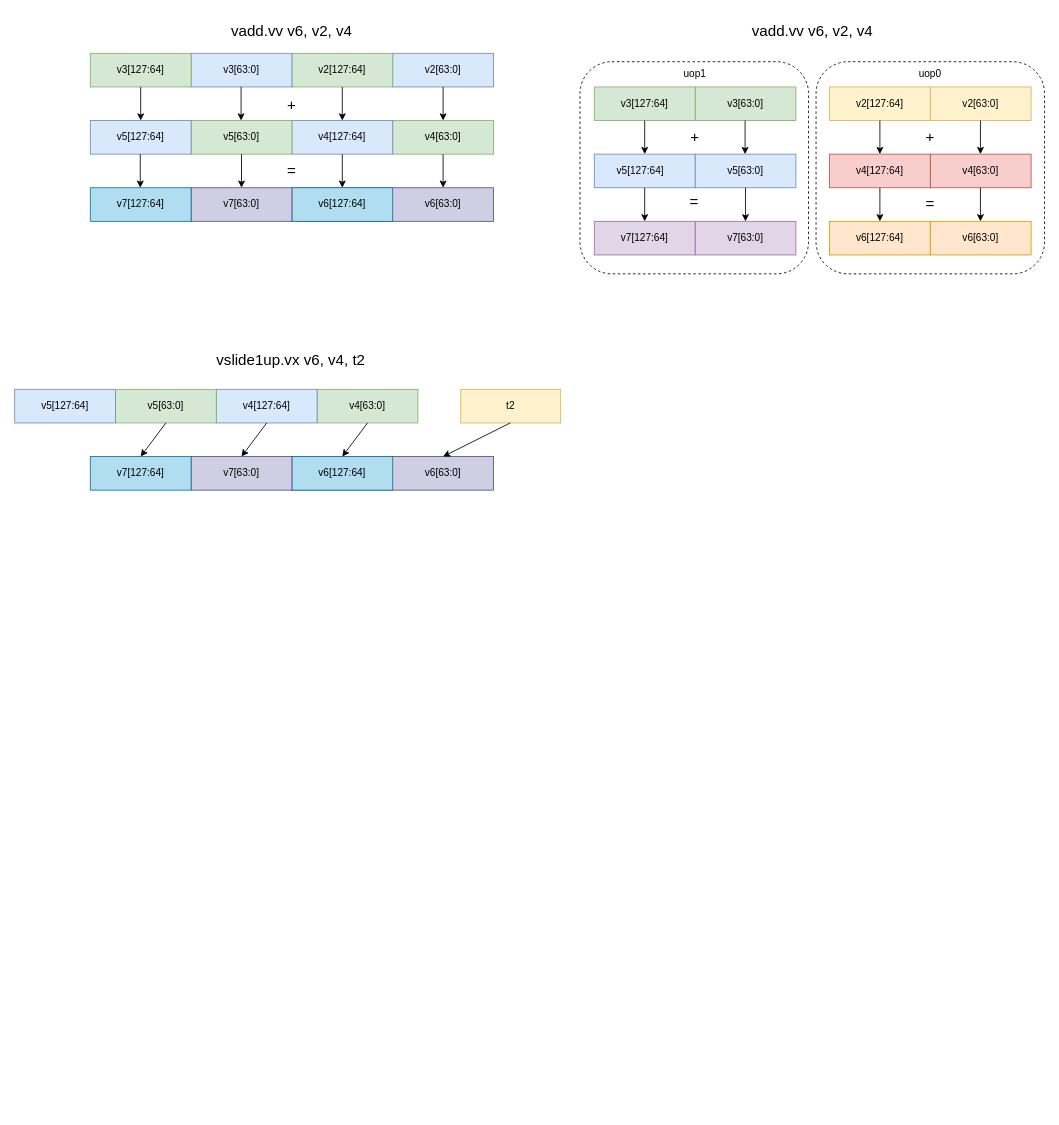
Ziyue-Zhang/draw_picture keeps this draw.io diagram as vector1.drawio. Above is the earlier version. Source tidied: cells renumbered, new cells numbered last; positions are measured from the earlier drawing's top-left corner, leaving out a move shared by most shapes. Both pictures are drawn from the tidied source at 84%, with x=0, y=0 at pixel (14, 18).
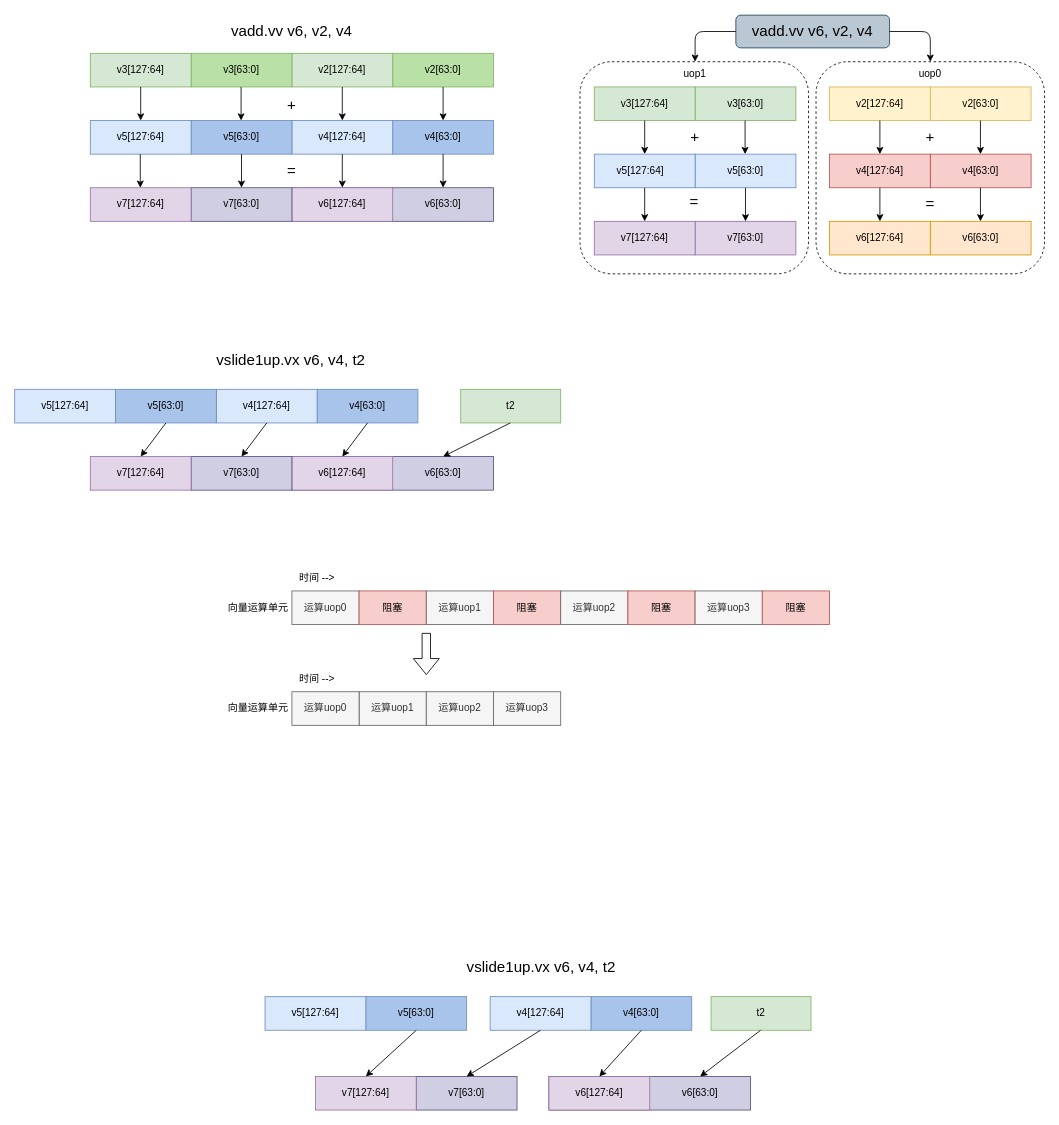
After the change.

The change refers to these unchanged cells:
```xml
<mxCell id="94" value="uop1" style="text;html=1;strokeColor=none;fillColor=none;align=center;verticalAlign=middle;whiteSpace=wrap;rounded=0;" parent="1" vertex="1">
  <mxGeometry x="780" y="51" width="60" height="30" as="geometry" />
</mxCell>
<mxCell id="95" value="uop0" style="text;html=1;strokeColor=none;fillColor=none;align=center;verticalAlign=middle;whiteSpace=wrap;rounded=0;" parent="1" vertex="1">
  <mxGeometry x="1060" y="51" width="60" height="30" as="geometry" />
</mxCell>
```

Diff of the diagram source:
```diff
@@
+    <mxCell id="100" style="rounded=1;whiteSpace=wrap;html=1;fillColor=#bac8d3;strokeColor=#23445d;" parent="1" vertex="1">
+      <mxGeometry x="858.5" y="-4.5" width="183" height="39" as="geometry" />
+    </mxCell>
@@
-    <mxCell id="4" style="rounded=0;whiteSpace=wrap;html=1;fillColor=#dae8fc;strokeColor=#6c8ebf;" parent="1" vertex="1">
+    <mxCell id="4" style="rounded=0;whiteSpace=wrap;html=1;fillColor=#B9E0A5;strokeColor=#82b366;" parent="1" vertex="1">
       <mxGeometry x="450" y="41" width="120" height="40" as="geometry" />
     </mxCell>
@@
-    <mxCell id="6" style="rounded=0;whiteSpace=wrap;html=1;fillColor=#dae8fc;strokeColor=#6c8ebf;" parent="1" vertex="1">
+    <mxCell id="6" style="rounded=0;whiteSpace=wrap;html=1;fillColor=#B9E0A5;strokeColor=#82b366;" parent="1" vertex="1">
       <mxGeometry x="210" y="41" width="120" height="40" as="geometry" />
     </mxCell>
@@
-    <mxCell id="12" style="rounded=0;whiteSpace=wrap;html=1;fillColor=#d5e8d4;strokeColor=#82b366;" parent="1" vertex="1">
+    <mxCell id="12" style="rounded=0;whiteSpace=wrap;html=1;fillColor=#A9C4EB;strokeColor=#6c8ebf;" parent="1" vertex="1">
       <mxGeometry x="450" y="121" width="120" height="40" as="geometry" />
     </mxCell>
@@
-    <mxCell id="14" style="rounded=0;whiteSpace=wrap;html=1;fillColor=#d5e8d4;strokeColor=#82b366;" parent="1" vertex="1">
+    <mxCell id="14" style="rounded=0;whiteSpace=wrap;html=1;fillColor=#A9C4EB;strokeColor=#6c8ebf;" parent="1" vertex="1">
       <mxGeometry x="210" y="121" width="120" height="40" as="geometry" />
     </mxCell>
@@
-    <mxCell id="21" style="rounded=0;whiteSpace=wrap;html=1;fillColor=#b1ddf0;strokeColor=#10739e;" parent="1" vertex="1">
+    <mxCell id="21" style="rounded=0;whiteSpace=wrap;html=1;fillColor=#e1d5e7;strokeColor=#9673a6;" parent="1" vertex="1">
       <mxGeometry x="330" y="201" width="120" height="40" as="geometry" />
     </mxCell>
@@
-    <mxCell id="23" style="rounded=0;whiteSpace=wrap;html=1;fillColor=#b1ddf0;strokeColor=#10739e;" parent="1" vertex="1">
+    <mxCell id="23" style="rounded=0;whiteSpace=wrap;html=1;fillColor=#e1d5e7;strokeColor=#9673a6;" parent="1" vertex="1">
       <mxGeometry x="90" y="201" width="120" height="40" as="geometry" />
     </mxCell>
@@
-    <mxCell id="39" style="rounded=0;whiteSpace=wrap;html=1;fillColor=#d5e8d4;strokeColor=#82b366;" parent="1" vertex="1">
+    <mxCell id="39" style="rounded=0;whiteSpace=wrap;html=1;fillColor=#A9C4EB;strokeColor=#6c8ebf;" parent="1" vertex="1">
       <mxGeometry x="360" y="441" width="120" height="40" as="geometry" />
     </mxCell>
@@
-    <mxCell id="41" style="rounded=0;whiteSpace=wrap;html=1;fillColor=#d5e8d4;strokeColor=#82b366;" parent="1" vertex="1">
+    <mxCell id="41" style="rounded=0;whiteSpace=wrap;html=1;fillColor=#A9C4EB;strokeColor=#6c8ebf;" parent="1" vertex="1">
       <mxGeometry x="120" y="441" width="120" height="40" as="geometry" />
     </mxCell>
@@
-    <mxCell id="48" style="rounded=0;whiteSpace=wrap;html=1;fillColor=#b1ddf0;strokeColor=#10739e;" parent="1" vertex="1">
+    <mxCell id="48" style="rounded=0;whiteSpace=wrap;html=1;fillColor=#e1d5e7;strokeColor=#9673a6;" parent="1" vertex="1">
       <mxGeometry x="330" y="521" width="120" height="40" as="geometry" />
     </mxCell>
@@
-    <mxCell id="50" style="rounded=0;whiteSpace=wrap;html=1;fillColor=#b1ddf0;strokeColor=#10739e;" parent="1" vertex="1">
+    <mxCell id="50" style="rounded=0;whiteSpace=wrap;html=1;fillColor=#e1d5e7;strokeColor=#9673a6;" parent="1" vertex="1">
       <mxGeometry x="90" y="521" width="120" height="40" as="geometry" />
     </mxCell>
@@
-    <mxCell id="59" value="t2" style="rounded=0;whiteSpace=wrap;html=1;fillColor=#fff2cc;strokeColor=#d6b656;" parent="1" vertex="1">
+    <mxCell id="59" value="t2" style="rounded=0;whiteSpace=wrap;html=1;fillColor=#d5e8d4;strokeColor=#82b366;" parent="1" vertex="1">
       <mxGeometry x="531" y="441" width="119" height="40" as="geometry" />
     </mxCell>
@@
+    <mxCell id="101" style="endArrow=classic;html=1;rounded=1;exitX=0;exitY=0.5;exitDx=0;exitDy=0;entryX=0.5;entryY=0;entryDx=0;entryDy=0;" parent="1" edge="1" source="100" target="94">
+      <mxGeometry relative="1" as="geometry">
+        <Array as="points">
+          <mxPoint x="810" y="15" />
+        </Array>
+      </mxGeometry>
+    </mxCell>
+    <mxCell id="102" style="endArrow=classic;html=1;rounded=1;exitX=1;exitY=0.5;exitDx=0;exitDy=0;entryX=0.5;entryY=0;entryDx=0;entryDy=0;" parent="1" edge="1" source="100" target="95">
+      <mxGeometry relative="1" as="geometry">
+        <Array as="points">
+          <mxPoint x="1090" y="15" />
+        </Array>
+      </mxGeometry>
+    </mxCell>
+    <mxCell id="103" value="运算uop0" style="rounded=0;whiteSpace=wrap;html=1;fillColor=#f5f5f5;fontColor=#333333;strokeColor=#666666;" parent="1" vertex="1">
+      <mxGeometry x="330" y="681" width="80" height="40" as="geometry" />
+    </mxCell>
+    <mxCell id="104" value="时间 --&amp;gt;" style="text;html=1;strokeColor=none;fillColor=none;align=center;verticalAlign=middle;whiteSpace=wrap;rounded=0;" parent="1" vertex="1">
+      <mxGeometry x="330" y="651" width="60" height="30" as="geometry" />
+    </mxCell>
+    <mxCell id="105" value="向量运算单元" style="text;html=1;strokeColor=none;fillColor=none;align=center;verticalAlign=middle;whiteSpace=wrap;rounded=0;" parent="1" vertex="1">
+      <mxGeometry x="250" y="686" width="80" height="30" as="geometry" />
+    </mxCell>
+    <mxCell id="106" value="阻塞" style="rounded=0;whiteSpace=wrap;html=1;fillColor=#f8cecc;strokeColor=#b85450;" parent="1" vertex="1">
+      <mxGeometry x="410" y="681" width="80" height="40" as="geometry" />
+    </mxCell>
+    <mxCell id="107" value="运算uop1" style="rounded=0;whiteSpace=wrap;html=1;fillColor=#f5f5f5;fontColor=#333333;strokeColor=#666666;" parent="1" vertex="1">
+      <mxGeometry x="490" y="681" width="80" height="40" as="geometry" />
+    </mxCell>
+    <mxCell id="108" value="阻塞" style="rounded=0;whiteSpace=wrap;html=1;fillColor=#f8cecc;strokeColor=#b85450;" parent="1" vertex="1">
+      <mxGeometry x="570" y="681" width="80" height="40" as="geometry" />
+    </mxCell>
+    <mxCell id="109" value="运算uop2" style="rounded=0;whiteSpace=wrap;html=1;fillColor=#f5f5f5;fontColor=#333333;strokeColor=#666666;" parent="1" vertex="1">
+      <mxGeometry x="650" y="681" width="80" height="40" as="geometry" />
+    </mxCell>
+    <mxCell id="110" value="阻塞" style="rounded=0;whiteSpace=wrap;html=1;fillColor=#f8cecc;strokeColor=#b85450;" parent="1" vertex="1">
+      <mxGeometry x="730" y="681" width="80" height="40" as="geometry" />
+    </mxCell>
+    <mxCell id="111" value="运算uop3" style="rounded=0;whiteSpace=wrap;html=1;fillColor=#f5f5f5;fontColor=#333333;strokeColor=#666666;" parent="1" vertex="1">
+      <mxGeometry x="810" y="681" width="80" height="40" as="geometry" />
+    </mxCell>
+    <mxCell id="112" value="阻塞" style="rounded=0;whiteSpace=wrap;html=1;fillColor=#f8cecc;strokeColor=#b85450;" parent="1" vertex="1">
+      <mxGeometry x="890" y="681" width="80" height="40" as="geometry" />
+    </mxCell>
+    <mxCell id="113" value="时间 --&amp;gt;" style="text;html=1;strokeColor=none;fillColor=none;align=center;verticalAlign=middle;whiteSpace=wrap;rounded=0;" parent="1" vertex="1">
+      <mxGeometry x="330" y="771" width="60" height="30" as="geometry" />
+    </mxCell>
+    <mxCell id="114" value="向量运算单元" style="text;html=1;strokeColor=none;fillColor=none;align=center;verticalAlign=middle;whiteSpace=wrap;rounded=0;" parent="1" vertex="1">
+      <mxGeometry x="250" y="806" width="80" height="30" as="geometry" />
+    </mxCell>
+    <mxCell id="115" value="运算uop1" style="rounded=0;whiteSpace=wrap;html=1;fillColor=#f5f5f5;fontColor=#333333;strokeColor=#666666;" parent="1" vertex="1">
+      <mxGeometry x="410" y="801" width="80" height="40" as="geometry" />
+    </mxCell>
+    <mxCell id="116" value="运算uop2" style="rounded=0;whiteSpace=wrap;html=1;fillColor=#f5f5f5;fontColor=#333333;strokeColor=#666666;" parent="1" vertex="1">
+      <mxGeometry x="490" y="801" width="80" height="40" as="geometry" />
+    </mxCell>
+    <mxCell id="117" value="运算uop3" style="rounded=0;whiteSpace=wrap;html=1;fillColor=#f5f5f5;fontColor=#333333;strokeColor=#666666;" parent="1" vertex="1">
+      <mxGeometry x="570" y="801" width="80" height="40" as="geometry" />
+    </mxCell>
+    <mxCell id="118" value="运算uop0" style="rounded=0;whiteSpace=wrap;html=1;fillColor=#f5f5f5;fontColor=#333333;strokeColor=#666666;" parent="1" vertex="1">
+      <mxGeometry x="330" y="801" width="80" height="40" as="geometry" />
+    </mxCell>
+    <mxCell id="119" style="shape=flexArrow;endArrow=classic;html=1;rounded=0;" parent="1" edge="1">
+      <mxGeometry relative="1" as="geometry">
+        <mxPoint x="490" y="731" as="sourcePoint" />
+        <mxPoint x="490" y="781" as="targetPoint" />
+      </mxGeometry>
+    </mxCell>
+    <mxCell id="120" style="rounded=0;whiteSpace=wrap;html=1;fillColor=#A9C4EB;strokeColor=#6c8ebf;" parent="1" vertex="1">
+      <mxGeometry x="686" y="1164" width="120" height="40" as="geometry" />
+    </mxCell>
+    <mxCell id="121" style="rounded=0;whiteSpace=wrap;html=1;fillColor=#dae8fc;strokeColor=#6c8ebf;" parent="1" vertex="1">
+      <mxGeometry x="566" y="1164" width="120" height="40" as="geometry" />
+    </mxCell>
+    <mxCell id="122" style="rounded=0;whiteSpace=wrap;html=1;fillColor=#A9C4EB;strokeColor=#6c8ebf;" parent="1" vertex="1">
+      <mxGeometry x="418" y="1164" width="120" height="40" as="geometry" />
+    </mxCell>
+    <mxCell id="123" style="rounded=0;whiteSpace=wrap;html=1;fillColor=#dae8fc;strokeColor=#6c8ebf;" parent="1" vertex="1">
+      <mxGeometry x="298" y="1164" width="120" height="40" as="geometry" />
+    </mxCell>
+    <mxCell id="124" value="v5[127:64]" style="text;html=1;strokeColor=none;fillColor=none;align=center;verticalAlign=middle;whiteSpace=wrap;rounded=0;" parent="1" vertex="1">
+      <mxGeometry x="328" y="1169" width="60" height="30" as="geometry" />
+    </mxCell>
+    <mxCell id="125" value="v5[63:0]" style="text;html=1;strokeColor=none;fillColor=none;align=center;verticalAlign=middle;whiteSpace=wrap;rounded=0;" parent="1" vertex="1">
+      <mxGeometry x="448" y="1169" width="60" height="30" as="geometry" />
+    </mxCell>
+    <mxCell id="126" value="v4[127:64]" style="text;html=1;strokeColor=none;fillColor=none;align=center;verticalAlign=middle;whiteSpace=wrap;rounded=0;" parent="1" vertex="1">
+      <mxGeometry x="596" y="1169" width="60" height="30" as="geometry" />
+    </mxCell>
+    <mxCell id="127" value="v4[63:0]" style="text;html=1;strokeColor=none;fillColor=none;align=center;verticalAlign=middle;whiteSpace=wrap;rounded=0;" parent="1" vertex="1">
+      <mxGeometry x="716" y="1169" width="60" height="30" as="geometry" />
+    </mxCell>
+    <mxCell id="128" style="rounded=0;whiteSpace=wrap;html=1;fillColor=#d0cee2;strokeColor=#56517e;" parent="1" vertex="1">
+      <mxGeometry x="636" y="1259" width="240" height="40" as="geometry" />
+    </mxCell>
+    <mxCell id="129" style="rounded=0;whiteSpace=wrap;html=1;fillColor=#e1d5e7;strokeColor=#9673a6;" parent="1" vertex="1">
+      <mxGeometry x="636" y="1259" width="120" height="40" as="geometry" />
+    </mxCell>
+    <mxCell id="130" style="rounded=0;whiteSpace=wrap;html=1;fillColor=#d0cee2;strokeColor=#56517e;" parent="1" vertex="1">
+      <mxGeometry x="478" y="1259" width="120" height="40" as="geometry" />
+    </mxCell>
+    <mxCell id="131" style="rounded=0;whiteSpace=wrap;html=1;fillColor=#e1d5e7;strokeColor=#9673a6;" parent="1" vertex="1">
+      <mxGeometry x="358" y="1259" width="120" height="40" as="geometry" />
+    </mxCell>
+    <mxCell id="132" value="v7[127:64]" style="text;html=1;strokeColor=none;fillColor=none;align=center;verticalAlign=middle;whiteSpace=wrap;rounded=0;" parent="1" vertex="1">
+      <mxGeometry x="388" y="1264" width="60" height="30" as="geometry" />
+    </mxCell>
+    <mxCell id="133" value="v7[63:0]" style="text;html=1;strokeColor=none;fillColor=none;align=center;verticalAlign=middle;whiteSpace=wrap;rounded=0;" parent="1" vertex="1">
+      <mxGeometry x="508" y="1264" width="60" height="30" as="geometry" />
+    </mxCell>
+    <mxCell id="134" value="v6[127:64]" style="text;html=1;strokeColor=none;fillColor=none;align=center;verticalAlign=middle;whiteSpace=wrap;rounded=0;" parent="1" vertex="1">
+      <mxGeometry x="666" y="1264" width="60" height="30" as="geometry" />
+    </mxCell>
+    <mxCell id="135" value="v6[63:0]" style="text;html=1;strokeColor=none;fillColor=none;align=center;verticalAlign=middle;whiteSpace=wrap;rounded=0;" parent="1" vertex="1">
+      <mxGeometry x="786" y="1264" width="60" height="30" as="geometry" />
+    </mxCell>
+    <mxCell id="136" value="&lt;font style=&quot;font-size: 18px;&quot;&gt;vslide1up.vx v6, v4, t2&lt;/font&gt;" style="text;html=1;strokeColor=none;fillColor=none;align=center;verticalAlign=middle;whiteSpace=wrap;rounded=0;" parent="1" vertex="1">
+      <mxGeometry x="508" y="1114" width="238" height="30" as="geometry" />
+    </mxCell>
+    <mxCell id="137" style="endArrow=classic;html=1;rounded=0;exitX=0.5;exitY=1;exitDx=0;exitDy=0;entryX=0.5;entryY=0;entryDx=0;entryDy=0;" parent="1" edge="1" source="122" target="131">
+      <mxGeometry relative="1" as="geometry" />
+    </mxCell>
+    <mxCell id="138" style="endArrow=classic;html=1;rounded=0;exitX=0.5;exitY=1;exitDx=0;exitDy=0;entryX=0.5;entryY=0;entryDx=0;entryDy=0;" parent="1" edge="1" source="121" target="130">
+      <mxGeometry relative="1" as="geometry" />
+    </mxCell>
+    <mxCell id="139" style="endArrow=classic;html=1;rounded=0;exitX=0.5;exitY=1;exitDx=0;exitDy=0;entryX=0.5;entryY=0;entryDx=0;entryDy=0;" parent="1" edge="1" source="120" target="129">
+      <mxGeometry relative="1" as="geometry" />
+    </mxCell>
+    <mxCell id="140" value="t2" style="rounded=0;whiteSpace=wrap;html=1;fillColor=#d5e8d4;strokeColor=#82b366;" parent="1" vertex="1">
+      <mxGeometry x="829" y="1164" width="119" height="40" as="geometry" />
+    </mxCell>
+    <mxCell id="141" style="endArrow=classic;html=1;rounded=0;entryX=0.75;entryY=0;entryDx=0;entryDy=0;" parent="1" edge="1" target="128">
+      <mxGeometry relative="1" as="geometry">
+        <mxPoint x="888" y="1204" as="sourcePoint" />
+      </mxGeometry>
+    </mxCell>
```
